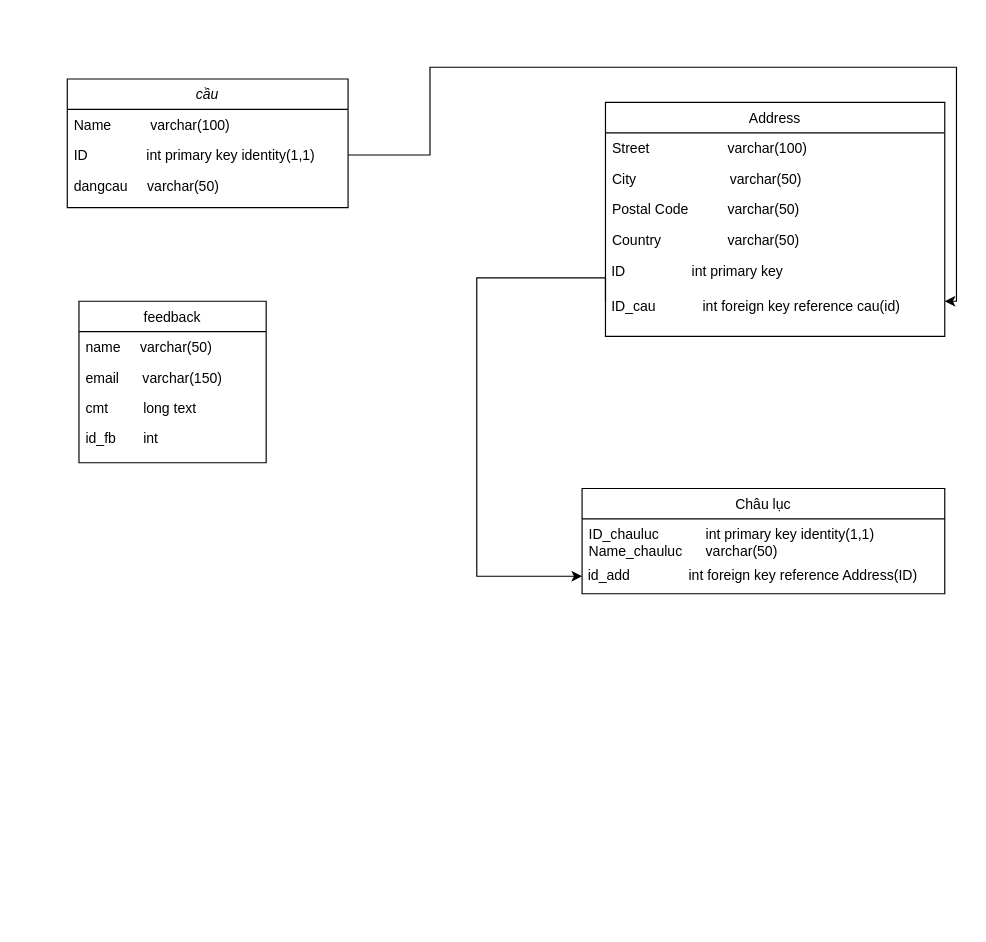
Above: Eproject Diagram.drawio in Mefo260103/IncredibleBridgesEproject (draw.io), before the change. Source tidied: cells renumbered, new cells numbered last; positions are measured from the earlier drawing's top-left corner, leaving out a move shared by most shapes. Both pictures are drawn from the tidied source at 117%, with x=0, y=0 at pixel (67, 67).
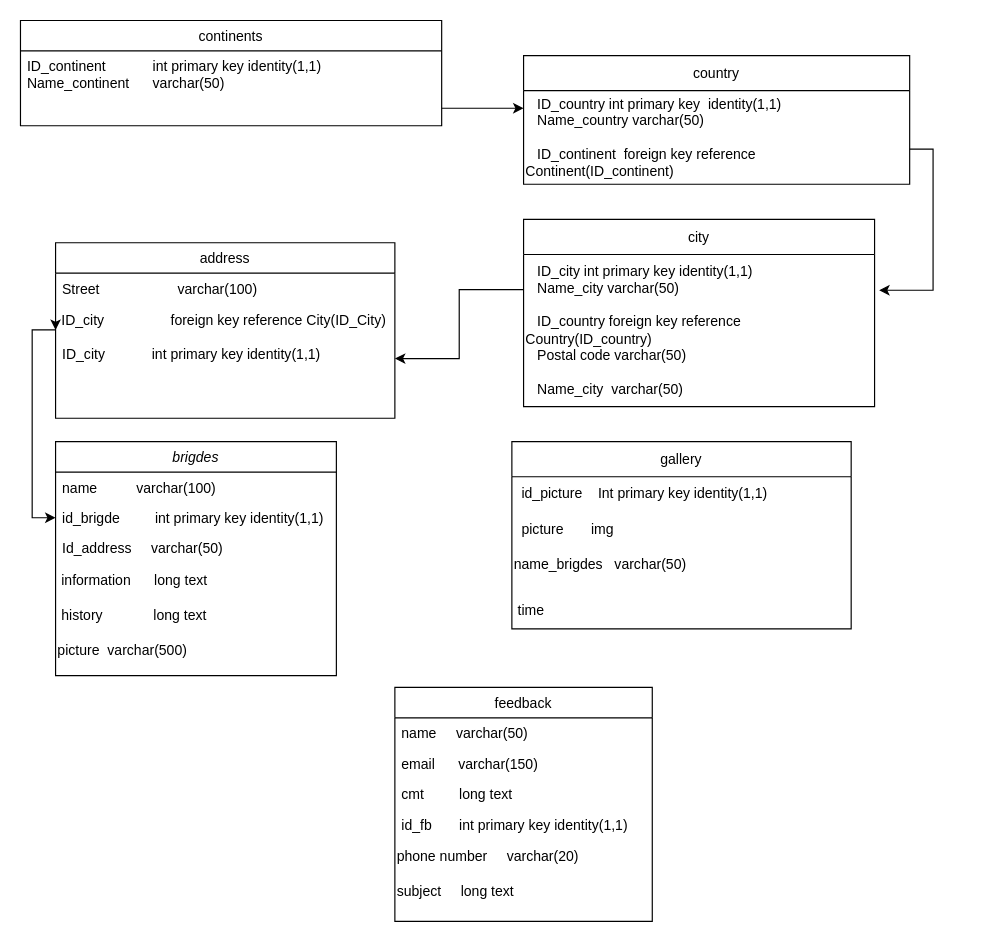
After the change.

Commit message:
Cập nhật Eproject Diagram.drawio

The edit, as a diff of the source:
```diff
@@
-    <mxCell id="2" value="cầu&#10;&#10;" style="swimlane;fontStyle=2;align=center;verticalAlign=top;horizontal=1;startSize=26;rounded=0;shadow=0;strokeWidth=1;" parent="1" vertex="1">
-      <mxGeometry y="10" width="240" height="110" as="geometry" />
+    <mxCell id="2" value="brigdes" style="swimlane;fontStyle=2;align=center;verticalAlign=top;horizontal=1;startSize=26;rounded=0;shadow=0;strokeWidth=1;" parent="1" vertex="1">
+      <mxGeometry x="-10" y="320" width="240" height="200" as="geometry" />
     </mxCell>
-    <mxCell id="3" value="Name          varchar(100)&#10;" style="text;align=left;verticalAlign=top;spacingLeft=4;spacingRight=4;overflow=hidden;" parent="2" vertex="1">
+    <mxCell id="3" value="name          varchar(100)&#10;" style="text;align=left;verticalAlign=top;spacingLeft=4;spacingRight=4;overflow=hidden;" parent="2" vertex="1">
       <mxGeometry y="26" width="240" height="26" as="geometry" />
     </mxCell>
-    <mxCell id="4" value="ID               int primary key identity(1,1)" style="text;align=left;verticalAlign=top;spacingLeft=4;spacingRight=4;overflow=hidden;points=[[0,0.5],[1,0.5]];portConstraint=eastwest;rounded=0;shadow=0;html=0;" parent="2" vertex="1">
+    <mxCell id="4" value="id_brigde         int primary key identity(1,1)" style="text;align=left;verticalAlign=top;spacingLeft=4;spacingRight=4;overflow=hidden;points=[[0,0.5],[1,0.5]];portConstraint=eastwest;rounded=0;shadow=0;html=0;" parent="2" vertex="1">
       <mxGeometry y="52" width="240" height="26" as="geometry" />
     </mxCell>
-    <mxCell id="5" value="dangcau     varchar(50)" style="text;align=left;verticalAlign=top;spacingLeft=4;spacingRight=4;overflow=hidden;rounded=0;shadow=0;html=0;" parent="2" vertex="1">
+    <mxCell id="5" value="Id_address     varchar(50)" style="text;align=left;verticalAlign=top;spacingLeft=4;spacingRight=4;overflow=hidden;rounded=0;shadow=0;html=0;" parent="2" vertex="1">
       <mxGeometry y="78" width="240" height="26" as="geometry" />
     </mxCell>
+    <mxCell id="23" value="&amp;nbsp;information&amp;nbsp; &amp;nbsp; &amp;nbsp; long text" style="text;html=1;strokeColor=none;fillColor=none;align=left;verticalAlign=middle;whiteSpace=wrap;rounded=0;" parent="2" vertex="1">
+      <mxGeometry y="104" width="240" height="30" as="geometry" />
+    </mxCell>
+    <mxCell id="24" value="&amp;nbsp;history&amp;nbsp; &amp;nbsp; &amp;nbsp; &amp;nbsp; &amp;nbsp; &amp;nbsp; &amp;nbsp;long text" style="text;html=1;strokeColor=none;fillColor=none;align=left;verticalAlign=middle;whiteSpace=wrap;rounded=0;" parent="2" vertex="1">
+      <mxGeometry y="134" width="240" height="30" as="geometry" />
+    </mxCell>
+    <mxCell id="25" value="picture&lt;span style=&quot;white-space: pre;&quot;&gt; &lt;/span&gt;&lt;span style=&quot;white-space: pre;&quot;&gt; &lt;/span&gt;varchar(500)" style="text;html=1;strokeColor=none;fillColor=none;align=left;verticalAlign=middle;whiteSpace=wrap;rounded=0;" parent="2" vertex="1">
+      <mxGeometry y="164" width="240" height="30" as="geometry" />
+    </mxCell>
-    <mxCell id="6" value="Châu lục" style="swimlane;fontStyle=0;align=center;verticalAlign=top;horizontal=1;startSize=26;rounded=0;shadow=0;strokeWidth=1;" parent="1" vertex="1">
-      <mxGeometry x="440" y="360" width="310" height="90" as="geometry" />
+    <mxCell id="6" value="continents" style="swimlane;fontStyle=0;align=center;verticalAlign=top;horizontal=1;startSize=26;rounded=0;shadow=0;strokeWidth=1;" parent="1" vertex="1">
+      <mxGeometry x="-40" y="-40" width="360" height="90" as="geometry" />
     </mxCell>
-    <mxCell id="7" value="ID_chauluc            int primary key identity(1,1)&#10;Name_chauluc      varchar(50)" style="text;align=left;verticalAlign=top;spacingLeft=4;spacingRight=4;overflow=hidden;" parent="6" vertex="1">
-      <mxGeometry y="26" width="310" height="34" as="geometry" />
+    <mxCell id="7" value="ID_continent            int primary key identity(1,1)&#10;Name_continent      varchar(50)" style="text;align=left;verticalAlign=top;spacingLeft=4;spacingRight=4;overflow=hidden;" parent="6" vertex="1">
+      <mxGeometry y="26" width="360" height="34" as="geometry" />
     </mxCell>
-    <mxCell id="8" value="&amp;nbsp;id_add&amp;nbsp;&lt;span style=&quot;&quot;&gt; &lt;/span&gt;&lt;span style=&quot;&quot;&gt; &lt;/span&gt;&amp;nbsp; &amp;nbsp;&amp;nbsp;&lt;span style=&quot;border-color: var(--border-color);&quot;&gt; &lt;span style=&quot;white-space: pre;&quot;&gt; &lt;/span&gt;&amp;nbsp; &amp;nbsp; &amp;nbsp; &amp;nbsp;&lt;/span&gt;int foreign key reference Address(ID)" style="text;html=1;strokeColor=none;fillColor=none;align=left;verticalAlign=middle;whiteSpace=wrap;rounded=0;" parent="6" vertex="1">
-      <mxGeometry y="60" width="310" height="30" as="geometry" />
-    </mxCell>
-    <mxCell id="9" value="Address" style="swimlane;fontStyle=0;align=center;verticalAlign=top;horizontal=1;startSize=26;rounded=0;shadow=0;strokeWidth=1;" parent="1" vertex="1">
-      <mxGeometry x="460" y="30" width="290" height="200" as="geometry" />
+    <mxCell id="9" value="address" style="swimlane;fontStyle=0;align=center;verticalAlign=top;horizontal=1;startSize=26;rounded=0;shadow=0;strokeWidth=1;" parent="1" vertex="1">
+      <mxGeometry x="-10" y="150" width="290" height="150" as="geometry" />
     </mxCell>
@@
-    <mxCell id="11" value="City                        varchar(50)" style="text;align=left;verticalAlign=top;spacingLeft=4;spacingRight=4;overflow=hidden;rounded=0;shadow=0;html=0;" parent="9" vertex="1">
-      <mxGeometry y="52" width="290" height="26" as="geometry" />
-    </mxCell>
-    <mxCell id="12" value="Postal Code          varchar(50)" style="text;align=left;verticalAlign=top;spacingLeft=4;spacingRight=4;overflow=hidden;rounded=0;shadow=0;html=0;" parent="9" vertex="1">
-      <mxGeometry y="78" width="290" height="26" as="geometry" />
-    </mxCell>
-    <mxCell id="13" value="Country                 varchar(50)" style="text;align=left;verticalAlign=top;spacingLeft=4;spacingRight=4;overflow=hidden;rounded=0;shadow=0;html=0;" parent="9" vertex="1">
-      <mxGeometry y="104" width="290" height="26" as="geometry" />
-    </mxCell>
-    <mxCell id="14" value="&amp;nbsp;ID&lt;span style=&quot;white-space: pre;&quot;&gt; &lt;/span&gt;&lt;span style=&quot;white-space: pre;&quot;&gt; &amp;nbsp;&lt;/span&gt;&amp;nbsp; &amp;nbsp; &amp;nbsp; &amp;nbsp; &amp;nbsp; &amp;nbsp; &amp;nbsp; int primary key&amp;nbsp;" style="text;html=1;strokeColor=none;fillColor=none;align=left;verticalAlign=middle;whiteSpace=wrap;rounded=0;" parent="9" vertex="1">
-      <mxGeometry y="130" width="290" height="30" as="geometry" />
+    <mxCell id="14" value="&amp;nbsp;ID_city&lt;span style=&quot;white-space: pre;&quot;&gt; &lt;/span&gt;&lt;span style=&quot;white-space: pre;&quot;&gt; &amp;nbsp;&lt;/span&gt;&amp;nbsp; &amp;nbsp; &amp;nbsp; &amp;nbsp; &amp;nbsp; &amp;nbsp; &amp;nbsp; foreign key reference City(ID_City)&amp;nbsp;&amp;nbsp;" style="text;html=1;strokeColor=none;fillColor=none;align=left;verticalAlign=middle;whiteSpace=wrap;rounded=0;" parent="9" vertex="1">
+      <mxGeometry y="52" width="290" height="30" as="geometry" />
     </mxCell>
-    <mxCell id="15" value="&amp;nbsp;ID_cau&amp;nbsp; &amp;nbsp;&lt;span style=&quot;white-space: pre;&quot;&gt; &lt;/span&gt;&lt;span style=&quot;white-space: pre;&quot;&gt; &lt;/span&gt;&amp;nbsp; &amp;nbsp; &amp;nbsp; &amp;nbsp;int foreign key reference cau(id)" style="text;html=1;strokeColor=none;fillColor=none;align=left;verticalAlign=middle;whiteSpace=wrap;rounded=0;" parent="9" vertex="1">
-      <mxGeometry y="160" width="290" height="30" as="geometry" />
-    </mxCell>
+    <mxCell id="26" value="ID_city            int primary key identity(1,1)" style="text;align=left;verticalAlign=top;spacingLeft=4;spacingRight=4;overflow=hidden;points=[[0,0.5],[1,0.5]];portConstraint=eastwest;" parent="9" vertex="1">
+      <mxGeometry y="82" width="290" height="34" as="geometry" />
+    </mxCell>
+    <mxCell id="27" style="edgeStyle=orthogonalEdgeStyle;rounded=0;orthogonalLoop=1;jettySize=auto;html=1;exitX=0;exitY=0.5;exitDx=0;exitDy=0;entryX=0;entryY=0.75;entryDx=0;entryDy=0;" parent="9" edge="1" source="14" target="14">
+      <mxGeometry relative="1" as="geometry" />
+    </mxCell>
     <mxCell id="16" value="feedback&#10;&#10;" style="swimlane;fontStyle=0;align=center;verticalAlign=top;horizontal=1;startSize=26;rounded=0;shadow=0;strokeWidth=1;" parent="1" vertex="1">
-      <mxGeometry x="10" y="200" width="160" height="138" as="geometry" />
+      <mxGeometry x="280" y="530" width="220" height="200" as="geometry" />
     </mxCell>
     <mxCell id="17" value="name     varchar(50)&#10;" style="text;align=left;verticalAlign=top;spacingLeft=4;spacingRight=4;overflow=hidden;" parent="16" vertex="1">
-      <mxGeometry y="26" width="160" height="26" as="geometry" />
+      <mxGeometry y="26" width="220" height="26" as="geometry" />
     </mxCell>
     <mxCell id="18" value="email      varchar(150)" style="text;align=left;verticalAlign=top;spacingLeft=4;spacingRight=4;overflow=hidden;rounded=0;shadow=0;html=0;" parent="16" vertex="1">
-      <mxGeometry y="52" width="160" height="26" as="geometry" />
+      <mxGeometry y="52" width="220" height="26" as="geometry" />
     </mxCell>
     <mxCell id="19" value="cmt         long text" style="text;align=left;verticalAlign=top;spacingLeft=4;spacingRight=4;overflow=hidden;rounded=0;shadow=0;html=0;" parent="16" vertex="1">
-      <mxGeometry y="78" width="160" height="26" as="geometry" />
+      <mxGeometry y="78" width="220" height="26" as="geometry" />
     </mxCell>
-    <mxCell id="20" value="id_fb       int " style="text;align=left;verticalAlign=top;spacingLeft=4;spacingRight=4;overflow=hidden;rounded=0;shadow=0;html=0;" parent="16" vertex="1">
-      <mxGeometry y="104" width="160" height="26" as="geometry" />
+    <mxCell id="20" value="id_fb       int primary key identity(1,1)" style="text;align=left;verticalAlign=top;spacingLeft=4;spacingRight=4;overflow=hidden;rounded=0;shadow=0;html=0;" parent="16" vertex="1">
+      <mxGeometry y="104" width="220" height="26" as="geometry" />
     </mxCell>
-    <mxCell id="21" style="edgeStyle=orthogonalEdgeStyle;rounded=0;jettySize=auto;html=1;exitX=1;exitY=0.5;exitDx=0;exitDy=0;" parent="1" edge="1" source="4" target="15">
-      <mxGeometry relative="1" as="geometry">
-        <Array as="points">
-          <mxPoint x="310" y="75" />
-          <mxPoint x="310" />
-          <mxPoint x="760" />
-          <mxPoint x="760" y="200" />
-        </Array>
-      </mxGeometry>
-    </mxCell>
-    <mxCell id="22" style="edgeStyle=orthogonalEdgeStyle;rounded=0;jettySize=auto;html=1;" parent="1" edge="1" target="8">
-      <mxGeometry relative="1" as="geometry">
-        <mxPoint x="460" y="180" as="sourcePoint" />
-        <Array as="points">
-          <mxPoint x="460" y="200" />
-          <mxPoint x="460" y="180" />
-          <mxPoint x="350" y="180" />
-          <mxPoint x="350" y="430" />
-        </Array>
-      </mxGeometry>
-    </mxCell>
+    <mxCell id="28" value="phone number&amp;nbsp; &amp;nbsp; &amp;nbsp;varchar(20)" style="text;html=1;strokeColor=none;fillColor=none;align=left;verticalAlign=middle;whiteSpace=wrap;rounded=0;" parent="16" vertex="1">
+      <mxGeometry y="130" width="220" height="30" as="geometry" />
+    </mxCell>
+    <mxCell id="29" value="subject&amp;nbsp; &amp;nbsp;&lt;span style=&quot;white-space: pre;&quot;&gt; &lt;/span&gt;&lt;span style=&quot;white-space: pre;&quot;&gt; &lt;/span&gt;long text" style="text;html=1;strokeColor=none;fillColor=none;align=left;verticalAlign=middle;whiteSpace=wrap;rounded=0;" parent="16" vertex="1">
+      <mxGeometry y="160" width="220" height="30" as="geometry" />
+    </mxCell>
+    <mxCell id="30" value="country" style="shape=table;startSize=30;childLayout=tableLayout;" parent="1" vertex="1">
+      <mxGeometry x="390" y="-10" width="330" height="110" as="geometry" />
+    </mxCell>
+    <mxCell id="31" style="shape=tableRow;horizontal=0;startSize=0;swimlaneHead=0;swimlaneBody=0;top=0;left=0;bottom=0;right=0;fillColor=none;points=[[0,0.5],[1,0.5]];portConstraint=eastwest;" parent="30" vertex="1">
+      <mxGeometry y="30" width="330" height="80" as="geometry" />
+    </mxCell>
+    <mxCell id="32" value="&amp;nbsp; &amp;nbsp;ID_country&lt;span style=&quot;&quot;&gt; &lt;/span&gt;int primary key&amp;nbsp; identity(1,1)&lt;br&gt;&amp;nbsp; &amp;nbsp;Name_country &lt;span style=&quot;&quot;&gt; &lt;/span&gt;varchar(50)&lt;br&gt;&amp;nbsp; &amp;nbsp;&lt;br&gt;&amp;nbsp; &amp;nbsp;ID_continent&amp;nbsp;&lt;span style=&quot;&quot;&gt; &lt;/span&gt;foreign key reference Continent(ID_continent)&amp;nbsp;" style="shape=partialRectangle;html=1;whiteSpace=wrap;overflow=hidden;fillColor=none;top=0;left=0;bottom=0;right=0;align=left;" parent="31" vertex="1">
+      <mxGeometry width="330" height="80" as="geometry" />
+    </mxCell>
+    <mxCell id="33" value="city" style="shape=table;startSize=30;childLayout=tableLayout;" parent="1" vertex="1">
+      <mxGeometry x="390" y="130" width="300" height="160" as="geometry" />
+    </mxCell>
+    <mxCell id="34" style="shape=tableRow;horizontal=0;startSize=0;swimlaneHead=0;swimlaneBody=0;top=0;left=0;bottom=0;right=0;fillColor=none;points=[[0,0.5],[1,0.5]];portConstraint=eastwest;" parent="33" vertex="1">
+      <mxGeometry y="30" width="300" height="130" as="geometry" />
+    </mxCell>
+    <mxCell id="35" value="&amp;nbsp; &amp;nbsp;ID_city&lt;span style=&quot;&quot;&gt; &lt;/span&gt; int primary key identity(1,1)&lt;br&gt;&amp;nbsp; &amp;nbsp;Name_city varchar(50)&amp;nbsp; &amp;nbsp;&lt;br&gt;&amp;nbsp; &amp;nbsp;&lt;br&gt;&amp;nbsp; &amp;nbsp;ID_country foreign key reference Country(ID_country)&amp;nbsp;&lt;br&gt;&amp;nbsp; &amp;nbsp;Postal code varchar(50)&lt;br&gt;&lt;br&gt;&amp;nbsp; &amp;nbsp;Name_city&amp;nbsp;&lt;span style=&quot;&quot;&gt; &lt;/span&gt;varchar(50)" style="shape=partialRectangle;html=1;whiteSpace=wrap;overflow=hidden;fillColor=none;top=0;left=0;bottom=0;right=0;align=left;" parent="34" vertex="1">
+      <mxGeometry width="300" height="130" as="geometry" />
+    </mxCell>
+    <mxCell id="36" value="gallery" style="shape=table;startSize=30;childLayout=tableLayout;" parent="1" vertex="1">
+      <mxGeometry x="380" y="320" width="290" height="160" as="geometry" />
+    </mxCell>
+    <mxCell id="37" style="shape=tableRow;horizontal=0;startSize=0;swimlaneHead=0;swimlaneBody=0;top=0;left=0;bottom=0;right=0;fillColor=none;" parent="36" vertex="1">
+      <mxGeometry y="30" width="290" height="130" as="geometry" />
+    </mxCell>
+    <mxCell id="38" style="shape=partialRectangle;html=1;whiteSpace=wrap;overflow=hidden;fillColor=none;top=0;left=0;bottom=0;right=0;" parent="37" vertex="1">
+      <mxGeometry width="290" height="130" as="geometry" />
+    </mxCell>
+    <mxCell id="39" value="&amp;nbsp; id_picture&amp;nbsp; &amp;nbsp; Int primary key identity(1,1)&amp;nbsp;" style="text;html=1;strokeColor=none;fillColor=none;align=left;verticalAlign=middle;whiteSpace=wrap;rounded=0;" parent="1" vertex="1">
+      <mxGeometry x="380" y="350" width="290" height="30" as="geometry" />
+    </mxCell>
+    <mxCell id="40" value="&amp;nbsp; picture&amp;nbsp; &amp;nbsp; &amp;nbsp; &amp;nbsp;img" style="text;html=1;strokeColor=none;fillColor=none;align=left;verticalAlign=middle;whiteSpace=wrap;rounded=0;" parent="1" vertex="1">
+      <mxGeometry x="380" y="380" width="220" height="30" as="geometry" />
+    </mxCell>
+    <mxCell id="41" style="edgeStyle=orthogonalEdgeStyle;rounded=0;orthogonalLoop=1;jettySize=auto;html=1;exitX=1;exitY=0.5;exitDx=0;exitDy=0;" parent="1" edge="1">
+      <mxGeometry relative="1" as="geometry">
+        <mxPoint x="320" y="35" as="sourcePoint" />
+        <mxPoint x="390" y="35" as="targetPoint" />
+      </mxGeometry>
+    </mxCell>
+    <mxCell id="42" style="edgeStyle=orthogonalEdgeStyle;rounded=0;jettySize=auto;html=1;entryX=1.013;entryY=0.235;entryDx=0;entryDy=0;entryPerimeter=0;" parent="1" edge="1" source="31" target="34">
+      <mxGeometry relative="1" as="geometry">
+        <Array as="points">
+          <mxPoint x="740" y="70" />
+          <mxPoint x="740" y="191" />
+        </Array>
+      </mxGeometry>
+    </mxCell>
+    <mxCell id="43" style="edgeStyle=orthogonalEdgeStyle;rounded=0;jettySize=auto;html=1;entryX=1;entryY=0.5;entryDx=0;entryDy=0;" parent="1" edge="1" source="34" target="26">
+      <mxGeometry relative="1" as="geometry">
+        <Array as="points">
+          <mxPoint x="335" y="190" />
+          <mxPoint x="335" y="249" />
+        </Array>
+      </mxGeometry>
+    </mxCell>
+    <mxCell id="44" style="edgeStyle=orthogonalEdgeStyle;rounded=0;jettySize=auto;html=1;exitX=0;exitY=0.75;exitDx=0;exitDy=0;entryX=0;entryY=0.5;entryDx=0;entryDy=0;" parent="1" edge="1" source="14" target="4">
+      <mxGeometry relative="1" as="geometry" />
+    </mxCell>
+    <mxCell id="45" value="name_brigdes&lt;span style=&quot;white-space: pre;&quot;&gt; &lt;/span&gt;&lt;span style=&quot;white-space: pre;&quot;&gt; &lt;/span&gt;&lt;span style=&quot;white-space: pre;&quot;&gt; &lt;/span&gt;varchar(50)" style="text;html=1;strokeColor=none;fillColor=none;align=left;verticalAlign=middle;whiteSpace=wrap;rounded=0;" parent="1" vertex="1">
+      <mxGeometry x="380" y="410" width="290" height="30" as="geometry" />
+    </mxCell>
+    <mxCell id="46" value="&amp;nbsp;time&amp;nbsp;&amp;nbsp;" style="text;html=1;strokeColor=none;fillColor=none;align=left;verticalAlign=middle;whiteSpace=wrap;rounded=0;" parent="1" vertex="1">
+      <mxGeometry x="380" y="450" width="290" height="30" as="geometry" />
+    </mxCell>
```
